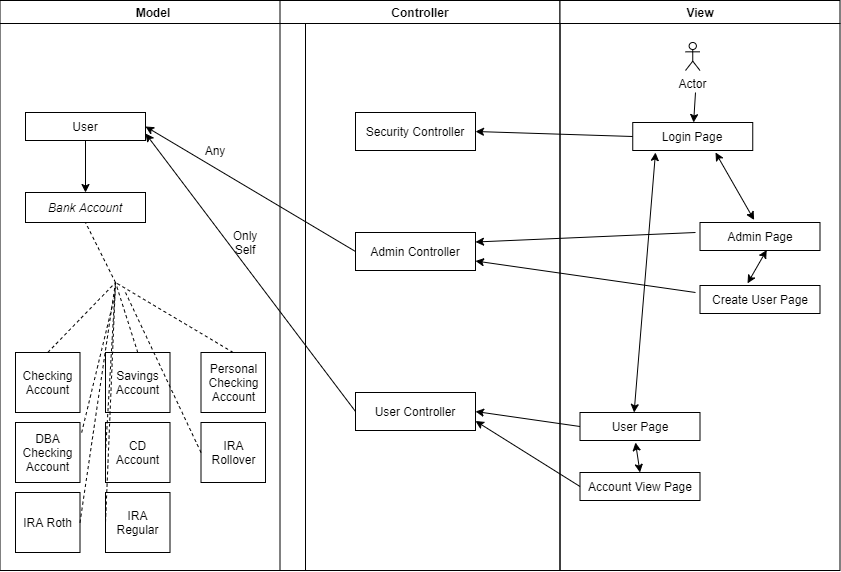
Earlier version of the draw.io export UML.png (lifefromashes/bankApp). Source tidied: cells renumbered, new cells last; positions are measured from the earlier drawing's top-left corner, leaving out a move shared by most shapes. Its diagram source:
```xml
<mxGraphModel background="#ffffff">
  <root>
    <mxCell id="0" />
    <mxCell id="1" parent="0" />
    <mxCell id="2" value="Model" style="swimlane;whiteSpace=wrap;startSize=23;" parent="1" vertex="1">
      <mxGeometry x="0.5" width="305.5" height="570" as="geometry" />
    </mxCell>
    <mxCell id="3" value="&lt;i&gt;Bank Account&lt;/i&gt;" style="rounded=0;whiteSpace=wrap;html=1;" parent="2" vertex="1">
      <mxGeometry x="25.5" y="192" width="120" height="30" as="geometry" />
    </mxCell>
    <mxCell id="4" value="User" style="rounded=0;whiteSpace=wrap;html=1;" parent="2" vertex="1">
      <mxGeometry x="25.5" y="112" width="120" height="28" as="geometry" />
    </mxCell>
    <mxCell id="5" style="endArrow=classic;html=1;exitX=0.5;exitY=1;exitDx=0;exitDy=0;entryX=0.5;entryY=0;entryDx=0;entryDy=0;" parent="2" edge="1" source="4" target="3">
      <mxGeometry relative="1" as="geometry" />
    </mxCell>
    <mxCell id="6" value="Any" style="text;html=1;strokeColor=none;fillColor=none;align=center;verticalAlign=middle;whiteSpace=wrap;rounded=0;" parent="2" vertex="1">
      <mxGeometry x="195.5" y="140" width="40" height="20" as="geometry" />
    </mxCell>
    <mxCell id="7" value="Only Self" style="text;html=1;strokeColor=none;fillColor=none;align=center;verticalAlign=middle;whiteSpace=wrap;rounded=0;" parent="2" vertex="1">
      <mxGeometry x="225.5" y="232" width="40" height="20" as="geometry" />
    </mxCell>
    <mxCell id="8" value="Checking Account&lt;br&gt;" style="rounded=0;whiteSpace=wrap;html=1;" parent="2" vertex="1">
      <mxGeometry x="15.5" y="352" width="64.5" height="60" as="geometry" />
    </mxCell>
    <mxCell id="9" value="Savings Account" style="rounded=0;whiteSpace=wrap;html=1;" parent="2" vertex="1">
      <mxGeometry x="105.5" y="352" width="64.5" height="60" as="geometry" />
    </mxCell>
    <mxCell id="10" value="Personal Checking Account" style="rounded=0;whiteSpace=wrap;html=1;" parent="2" vertex="1">
      <mxGeometry x="201" y="352" width="64.5" height="60" as="geometry" />
    </mxCell>
    <mxCell id="11" value="DBA Checking Account" style="rounded=0;whiteSpace=wrap;html=1;" parent="2" vertex="1">
      <mxGeometry x="15.5" y="422" width="64.5" height="60" as="geometry" />
    </mxCell>
    <mxCell id="12" value="CD Account" style="rounded=0;whiteSpace=wrap;html=1;" parent="2" vertex="1">
      <mxGeometry x="105.5" y="422" width="64.5" height="60" as="geometry" />
    </mxCell>
    <mxCell id="13" value="IRA Rollover" style="rounded=0;whiteSpace=wrap;html=1;" parent="2" vertex="1">
      <mxGeometry x="201" y="422" width="64.5" height="60" as="geometry" />
    </mxCell>
    <mxCell id="14" value="IRA Roth" style="rounded=0;whiteSpace=wrap;html=1;" parent="2" vertex="1">
      <mxGeometry x="15.5" y="492" width="64.5" height="60" as="geometry" />
    </mxCell>
    <mxCell id="15" value="IRA Regular" style="rounded=0;whiteSpace=wrap;html=1;" parent="2" vertex="1">
      <mxGeometry x="105.5" y="492" width="64.5" height="60" as="geometry" />
    </mxCell>
    <mxCell id="16" style="endArrow=none;dashed=1;html=1;entryX=0.5;entryY=1;entryDx=0;entryDy=0;" parent="2" edge="1" target="3">
      <mxGeometry relative="1" as="geometry">
        <mxPoint x="115.5" y="282" as="sourcePoint" />
      </mxGeometry>
    </mxCell>
    <mxCell id="17" style="endArrow=none;dashed=1;html=1;exitX=0.5;exitY=0;exitDx=0;exitDy=0;" parent="2" edge="1" source="8">
      <mxGeometry relative="1" as="geometry">
        <mxPoint x="115.5" y="282" as="targetPoint" />
      </mxGeometry>
    </mxCell>
    <mxCell id="18" style="endArrow=none;dashed=1;html=1;exitX=0.5;exitY=0;exitDx=0;exitDy=0;" parent="2" edge="1" source="9">
      <mxGeometry relative="1" as="geometry">
        <mxPoint x="115.5" y="282" as="targetPoint" />
      </mxGeometry>
    </mxCell>
    <mxCell id="19" style="endArrow=none;dashed=1;html=1;exitX=0.5;exitY=0;exitDx=0;exitDy=0;" parent="2" edge="1" source="10">
      <mxGeometry relative="1" as="geometry">
        <mxPoint x="115.5" y="282" as="targetPoint" />
      </mxGeometry>
    </mxCell>
    <mxCell id="20" style="endArrow=none;dashed=1;html=1;exitX=1.026;exitY=0.167;exitDx=0;exitDy=0;exitPerimeter=0;" parent="2" edge="1" source="11">
      <mxGeometry relative="1" as="geometry">
        <mxPoint x="115.5" y="292" as="targetPoint" />
      </mxGeometry>
    </mxCell>
    <mxCell id="21" style="endArrow=none;dashed=1;html=1;exitX=1;exitY=0.5;exitDx=0;exitDy=0;" parent="2" edge="1" source="14">
      <mxGeometry relative="1" as="geometry">
        <mxPoint x="115.5" y="282" as="targetPoint" />
      </mxGeometry>
    </mxCell>
    <mxCell id="22" style="endArrow=none;dashed=1;html=1;exitX=0;exitY=0.5;exitDx=0;exitDy=0;" parent="2" edge="1" source="13">
      <mxGeometry relative="1" as="geometry">
        <mxPoint x="125.5" y="292" as="targetPoint" />
      </mxGeometry>
    </mxCell>
    <mxCell id="23" style="endArrow=none;dashed=1;html=1;entryX=0;entryY=0.5;entryDx=0;entryDy=0;" parent="2" edge="1" target="12">
      <mxGeometry relative="1" as="geometry">
        <mxPoint x="115.5" y="282" as="sourcePoint" />
      </mxGeometry>
    </mxCell>
    <mxCell id="24" style="endArrow=none;dashed=1;html=1;exitX=0;exitY=0.5;exitDx=0;exitDy=0;" parent="2" edge="1" source="15">
      <mxGeometry relative="1" as="geometry">
        <mxPoint x="115.5" y="282" as="targetPoint" />
      </mxGeometry>
    </mxCell>
    <mxCell id="25" value="Controller" style="swimlane;whiteSpace=wrap;" parent="1" vertex="1">
      <mxGeometry x="280.5" width="280" height="570" as="geometry" />
    </mxCell>
    <mxCell id="26" value="Admin Controller" style="rounded=0;whiteSpace=wrap;html=1;" parent="25" vertex="1">
      <mxGeometry x="75.5" y="232" width="120" height="38" as="geometry" />
    </mxCell>
    <mxCell id="27" value="User Controller" style="rounded=0;whiteSpace=wrap;html=1;" parent="25" vertex="1">
      <mxGeometry x="75.5" y="392" width="120" height="38" as="geometry" />
    </mxCell>
    <mxCell id="28" value="Security Controller" style="rounded=0;whiteSpace=wrap;html=1;" parent="25" vertex="1">
      <mxGeometry x="75.5" y="112" width="120" height="38" as="geometry" />
    </mxCell>
    <mxCell id="29" style="endArrow=classic;html=1;entryX=1;entryY=0.75;entryDx=0;entryDy=0;" parent="25" edge="1" target="26">
      <mxGeometry relative="1" as="geometry">
        <mxPoint x="415.5" y="292" as="sourcePoint" />
      </mxGeometry>
    </mxCell>
    <mxCell id="30" value="View" style="swimlane;whiteSpace=wrap;startSize=23;" parent="1" vertex="1">
      <mxGeometry x="560.5" width="280" height="570" as="geometry" />
    </mxCell>
    <mxCell id="31" value="Login Page" style="rounded=0;whiteSpace=wrap;html=1;" parent="30" vertex="1">
      <mxGeometry x="72.8" y="122" width="120" height="28" as="geometry" />
    </mxCell>
    <mxCell id="32" value="Actor" style="shape=umlActor;verticalLabelPosition=bottom;labelBackgroundColor=#ffffff;verticalAlign=top;html=1;" parent="30" vertex="1">
      <mxGeometry x="125.5" y="42" width="14.5" height="28" as="geometry" />
    </mxCell>
    <mxCell id="33" value="Admin Page" style="rounded=0;whiteSpace=wrap;html=1;" parent="30" vertex="1">
      <mxGeometry x="140" y="222" width="120" height="28" as="geometry" />
    </mxCell>
    <mxCell id="34" value="Create User Page" style="rounded=0;whiteSpace=wrap;html=1;" parent="30" vertex="1">
      <mxGeometry x="140" y="285" width="120" height="28" as="geometry" />
    </mxCell>
    <mxCell id="35" value="User Page" style="rounded=0;whiteSpace=wrap;html=1;" parent="30" vertex="1">
      <mxGeometry x="20" y="412" width="120" height="28" as="geometry" />
    </mxCell>
    <mxCell id="36" value="Account View Page" style="rounded=0;whiteSpace=wrap;html=1;" parent="30" vertex="1">
      <mxGeometry x="20" y="472" width="120" height="28" as="geometry" />
    </mxCell>
    <mxCell id="37" style="endArrow=classic;startArrow=classic;html=1;exitX=0.451;exitY=0;exitDx=0;exitDy=0;exitPerimeter=0;" parent="30" edge="1" source="35">
      <mxGeometry relative="1" as="geometry">
        <mxPoint x="95.5" y="152" as="targetPoint" />
      </mxGeometry>
    </mxCell>
    <mxCell id="38" style="endArrow=classic;startArrow=classic;html=1;exitX=0.451;exitY=-0.089;exitDx=0;exitDy=0;exitPerimeter=0;" parent="30" edge="1" source="33">
      <mxGeometry relative="1" as="geometry">
        <mxPoint x="155.5" y="152" as="targetPoint" />
      </mxGeometry>
    </mxCell>
    <mxCell id="39" style="endArrow=classic;startArrow=classic;html=1;entryX=0.556;entryY=0.982;entryDx=0;entryDy=0;entryPerimeter=0;exitX=0.396;exitY=-0.077;exitDx=0;exitDy=0;exitPerimeter=0;" parent="30" edge="1" source="34" target="33">
      <mxGeometry relative="1" as="geometry" />
    </mxCell>
    <mxCell id="40" style="endArrow=classic;startArrow=classic;html=1;exitX=0.5;exitY=0;exitDx=0;exitDy=0;" parent="30" edge="1" source="36">
      <mxGeometry relative="1" as="geometry">
        <mxPoint x="75.5" y="442" as="targetPoint" />
      </mxGeometry>
    </mxCell>
    <mxCell id="41" style="endArrow=classic;html=1;" parent="1" edge="1" target="31">
      <mxGeometry relative="1" as="geometry">
        <mxPoint x="696" y="92" as="sourcePoint" />
      </mxGeometry>
    </mxCell>
    <mxCell id="42" style="endArrow=classic;html=1;entryX=1;entryY=0.25;entryDx=0;entryDy=0;" parent="1" edge="1" target="26">
      <mxGeometry relative="1" as="geometry">
        <mxPoint x="696" y="232" as="sourcePoint" />
      </mxGeometry>
    </mxCell>
    <mxCell id="43" style="endArrow=classic;html=1;exitX=0;exitY=0.5;exitDx=0;exitDy=0;entryX=1;entryY=0.5;entryDx=0;entryDy=0;" parent="1" edge="1" source="31" target="28">
      <mxGeometry relative="1" as="geometry" />
    </mxCell>
    <mxCell id="44" style="endArrow=classic;html=1;entryX=1;entryY=0.5;entryDx=0;entryDy=0;exitX=0;exitY=0.5;exitDx=0;exitDy=0;" parent="1" edge="1" source="35" target="27">
      <mxGeometry relative="1" as="geometry" />
    </mxCell>
    <mxCell id="45" style="endArrow=classic;html=1;exitX=0;exitY=0.5;exitDx=0;exitDy=0;entryX=1;entryY=0.75;entryDx=0;entryDy=0;" parent="1" edge="1" source="36" target="27">
      <mxGeometry relative="1" as="geometry" />
    </mxCell>
    <mxCell id="46" style="endArrow=classic;html=1;exitX=0;exitY=0.5;exitDx=0;exitDy=0;entryX=1;entryY=0.5;entryDx=0;entryDy=0;" parent="1" edge="1" source="26" target="4">
      <mxGeometry relative="1" as="geometry" />
    </mxCell>
    <mxCell id="47" style="endArrow=classic;html=1;exitX=0;exitY=0.5;exitDx=0;exitDy=0;entryX=1;entryY=0.75;entryDx=0;entryDy=0;" parent="1" edge="1" source="27" target="4">
      <mxGeometry relative="1" as="geometry" />
    </mxCell>
  </root>
</mxGraphModel>
```
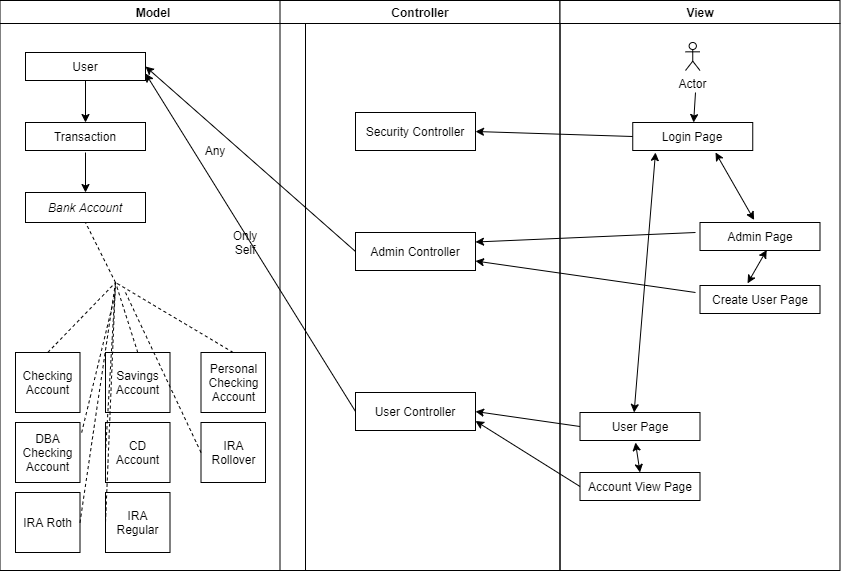
After the change.

Commit message:
Added UML diagram

Diff of the diagram source:
```diff
@@ -9,10 +9,12 @@
       <mxGeometry x="25.5" y="192" width="120" height="30" as="geometry" />
     </mxCell>
     <mxCell id="4" value="User" style="rounded=0;whiteSpace=wrap;html=1;" parent="2" vertex="1">
-      <mxGeometry x="25.5" y="112" width="120" height="28" as="geometry" />
+      <mxGeometry x="25.5" y="52" width="120" height="28" as="geometry" />
     </mxCell>
-    <mxCell id="5" style="endArrow=classic;html=1;exitX=0.5;exitY=1;exitDx=0;exitDy=0;entryX=0.5;entryY=0;entryDx=0;entryDy=0;" parent="2" edge="1" source="4" target="3">
-      <mxGeometry relative="1" as="geometry" />
+    <mxCell id="5" style="endArrow=classic;html=1;entryX=0.5;entryY=0;entryDx=0;entryDy=0;" parent="2" edge="1" target="3">
+      <mxGeometry relative="1" as="geometry">
+        <mxPoint x="85.5" y="152" as="sourcePoint" />
+      </mxGeometry>
     </mxCell>
     <mxCell id="6" value="Any" style="text;html=1;strokeColor=none;fillColor=none;align=center;verticalAlign=middle;whiteSpace=wrap;rounded=0;" parent="2" vertex="1">
       <mxGeometry x="195.5" y="140" width="40" height="20" as="geometry" />
@@ -89,6 +91,14 @@
         <mxPoint x="115.5" y="282" as="targetPoint" />
       </mxGeometry>
     </mxCell>
+    <mxCell id="48" style="endArrow=classic;html=1;exitX=0.5;exitY=1;exitDx=0;exitDy=0;entryX=0.5;entryY=0;entryDx=0;entryDy=0;" parent="2" edge="1" source="4">
+      <mxGeometry relative="1" as="geometry">
+        <mxPoint x="85.5" y="122" as="targetPoint" />
+      </mxGeometry>
+    </mxCell>
+    <mxCell id="49" value="Transaction" style="rounded=0;whiteSpace=wrap;html=1;" parent="2" vertex="1">
+      <mxGeometry x="25.5" y="122" width="120" height="28" as="geometry" />
+    </mxCell>
     <mxCell id="25" value="Controller" style="swimlane;whiteSpace=wrap;" parent="1" vertex="1">
       <mxGeometry x="280.5" width="280" height="570" as="geometry" />
     </mxCell>
```
